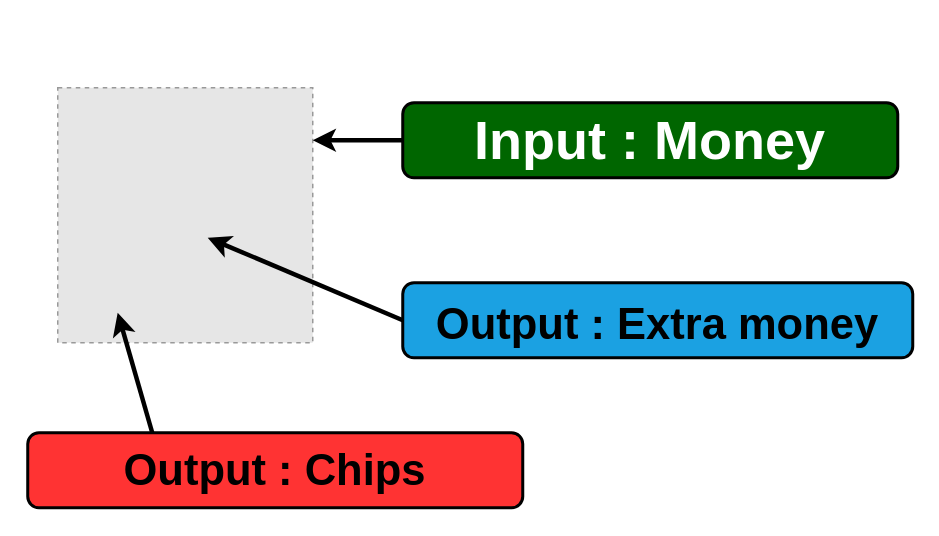
Before: page "Page-2" (2 of 4) of Untitled Diagram.drawio in Fatema-A-Ferdaus/SE234, a draw.io diagram. Source tidied: cells renumbered, new cells numbered last; positions are measured from the earlier drawing's top-left corner, leaving out a move shared by most shapes. Both pictures are drawn from the tidied source at 150%, with x=0, y=0 at pixel (27, 87). Pictures stored in the file or linked from it are replaced by grey dashed boxes.
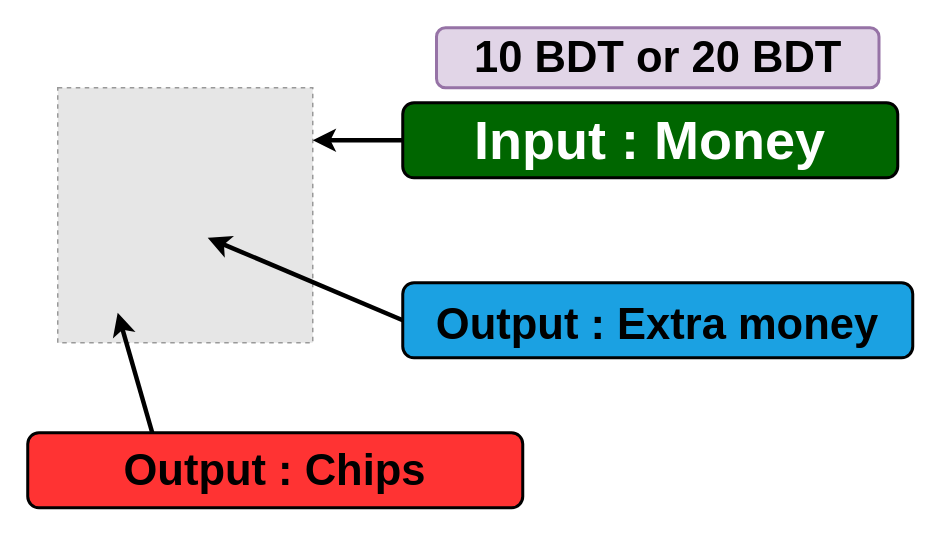
Above is the later version.

Change to the diagram source:
```diff
@@
 <mxGraphModel>
   <root>
     <mxCell id="0" />
     <mxCell id="1" parent="0" />
     <mxCell id="2" style="fillColor=#E6E6E6;strokeColor=#999999;dashed=1;verticalLabelPosition=bottom;verticalAlign=top;fontSize=36;" parent="1" vertex="1">
       <mxGeometry x="20" width="170" height="170" as="geometry" />
     </mxCell>
     <mxCell id="3" value="&lt;font color=&quot;#FFFFFF&quot;&gt;&lt;b&gt;Input : Money&lt;/b&gt;&lt;/font&gt;" style="rounded=1;whiteSpace=wrap;html=1;fontSize=36;strokeWidth=2;fillColor=#006600;" parent="1" vertex="1">
       <mxGeometry x="250" y="10" width="330" height="50" as="geometry" />
     </mxCell>
     <mxCell id="4" style="endArrow=classic;html=1;rounded=0;fontSize=36;fontColor=#FFFFFF;strokeWidth=3;exitX=0;exitY=0.5;exitDx=0;exitDy=0;" parent="1" edge="1" source="3">
       <mxGeometry relative="1" as="geometry">
         <mxPoint x="190" y="35" as="targetPoint" />
       </mxGeometry>
     </mxCell>
     <mxCell id="5" value="&lt;font style=&quot;font-size: 29px&quot;&gt;&lt;b&gt;Output : Extra money&lt;br&gt;&lt;/b&gt;&lt;/font&gt;" style="rounded=1;whiteSpace=wrap;html=1;fontSize=36;strokeWidth=2;gradientColor=none;fillColor=#1BA1E2;gradientDirection=north;" parent="1" vertex="1">
       <mxGeometry x="250" y="130" width="340" height="50" as="geometry" />
     </mxCell>
     <mxCell id="6" style="endArrow=classic;html=1;rounded=0;fontColor=#000000;exitX=0;exitY=0.5;exitDx=0;exitDy=0;entryX=0.588;entryY=0.588;entryDx=0;entryDy=0;entryPerimeter=0;strokeWidth=3;" parent="1" edge="1" source="5" target="2">
       <mxGeometry relative="1" as="geometry" />
     </mxCell>
     <mxCell id="7" value="&lt;b&gt;Output : Chips&lt;/b&gt;" style="rounded=1;whiteSpace=wrap;html=1;fontSize=29;gradientDirection=north;strokeWidth=2;fillColor=#FF3333;" parent="1" vertex="1">
       <mxGeometry y="230" width="330" height="50" as="geometry" />
     </mxCell>
     <mxCell id="8" style="endArrow=classic;html=1;rounded=0;fontSize=29;fontColor=#000000;strokeWidth=3;entryX=0.235;entryY=0.882;entryDx=0;entryDy=0;entryPerimeter=0;" parent="1" edge="1" target="2">
       <mxGeometry relative="1" as="geometry">
         <mxPoint x="83" y="230" as="sourcePoint" />
       </mxGeometry>
     </mxCell>
+    <mxCell id="9" value="&lt;b&gt;10 BDT or 20 BDT&lt;/b&gt;" style="rounded=1;whiteSpace=wrap;html=1;fontSize=29;strokeWidth=2;gradientDirection=north;fillColor=#e1d5e7;strokeColor=#9673a6;" parent="1" vertex="1">
+      <mxGeometry x="272.5" y="-40" width="295" height="40" as="geometry" />
+    </mxCell>
   </root>
 </mxGraphModel>
```
